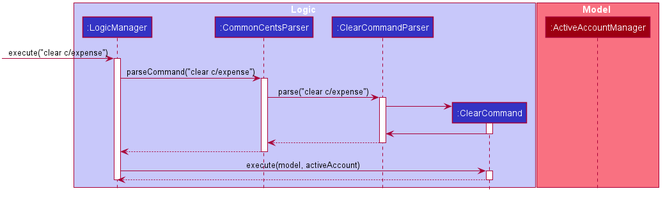
nus-cs2103-AY2021S1/tp keeps this PlantUML diagram as docs/images/ClearSequenceDiagram.png. Above is the earlier version.
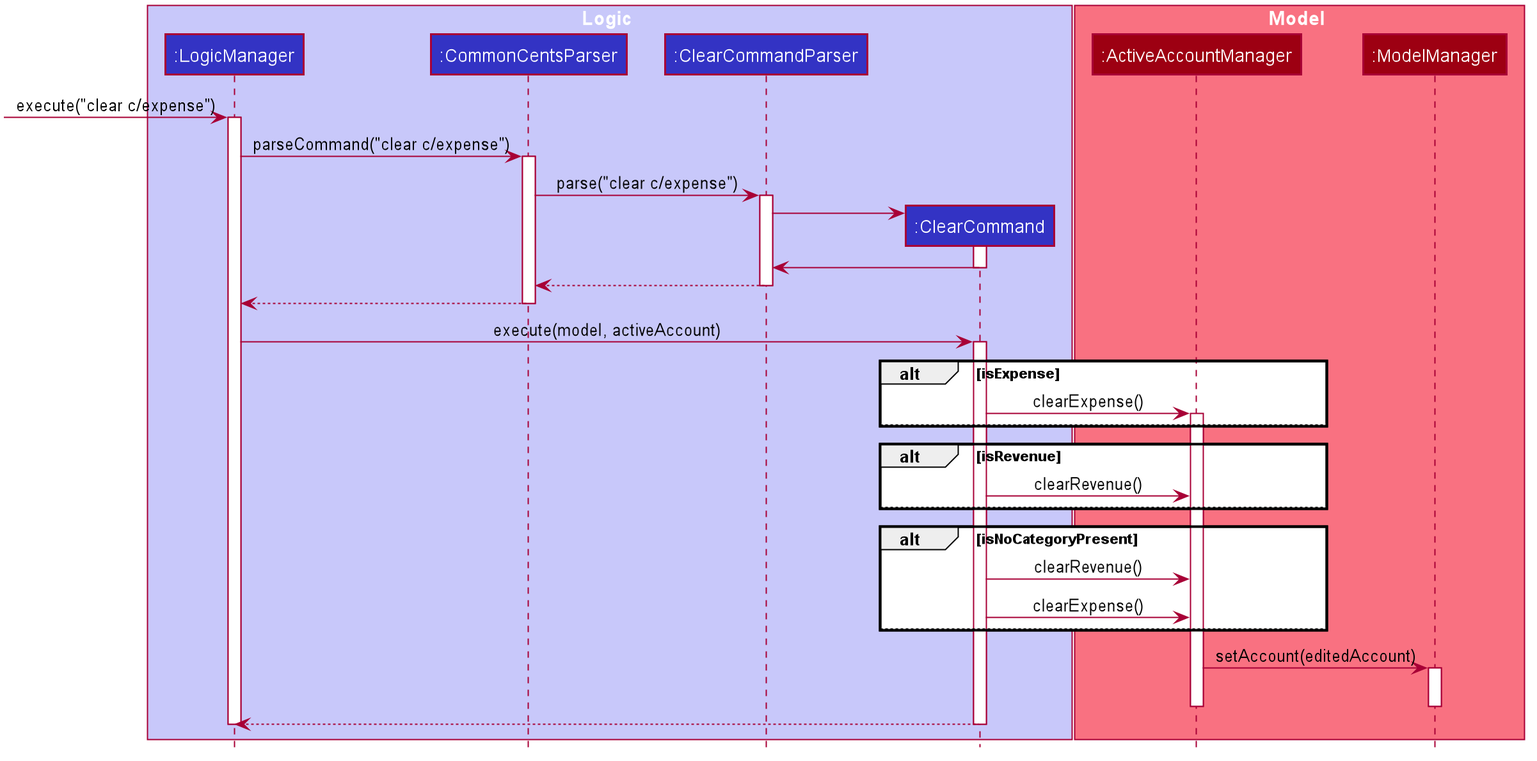
After the change.

Commit message:
Edited sequence diagram for Edit and Clear Command

Diff of the diagram source:
```diff
@@ -58,6 +58,7 @@
 
 box Model #F97181
 participant ":ActiveAccountManager" as ActiveAccount #9D0012
+participant ":ModelManager" as Model #9D0012
 end box
 
 [-> LogicManager : execute("clear c/expense")
@@ -85,6 +86,30 @@
 LogicManager -> ClearCommand: execute(model, activeAccount)
 activate ClearCommand
 
+alt isExpense
+ClearCommand -> ActiveAccount: clearExpense()
+activate ActiveAccount
+else
+end
+
+
+alt isRevenue
+ClearCommand -> ActiveAccount: clearRevenue()
+else
+end
+
+alt isNoCategoryPresent
+ClearCommand -> ActiveAccount: clearRevenue()
+ClearCommand -> ActiveAccount: clearExpense()
+else
+end
+
+ActiveAccount -> Model: setAccount(editedAccount)
+activate Model
+
+deactivate ActiveAccount
+deactivate Model
+
 ClearCommand --> LogicManager
 deactivate ClearCommand
 
```
